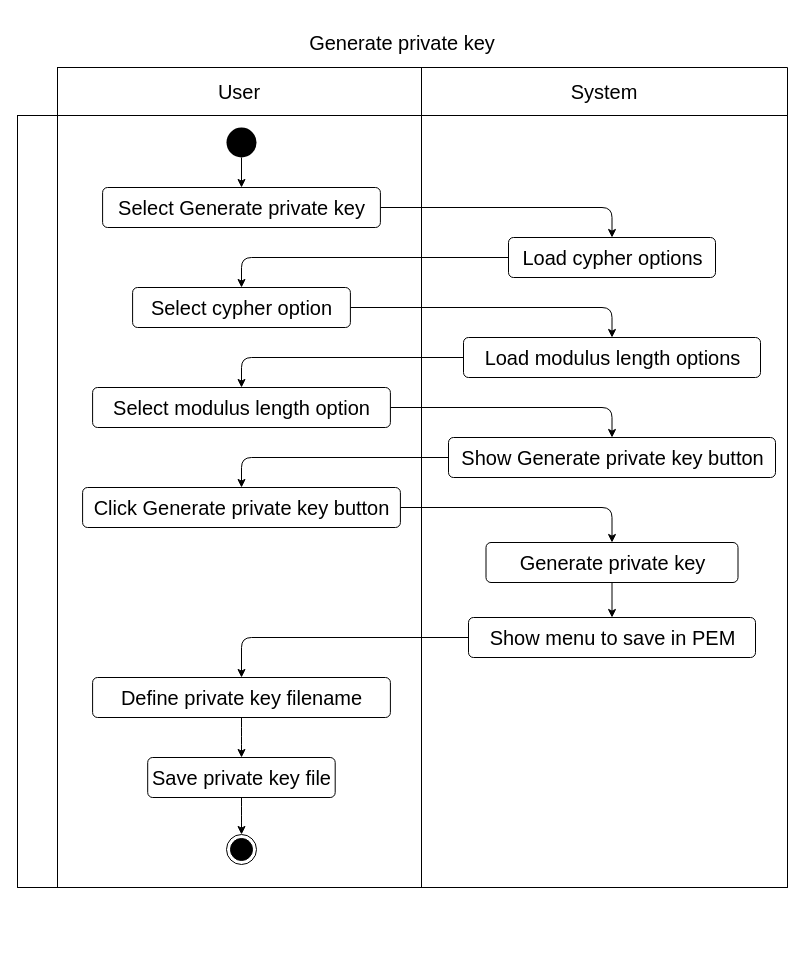
luvitale/inti-digital-signature keeps this draw.io diagram as diagrams/activity/generate-private-key.drawio. Above is the earlier version. Source tidied: cells renumbered, new cells numbered last; positions are measured from the earlier drawing's top-left corner, leaving out a move shared by most shapes. Both pictures are drawn from the tidied source at 100%, with x=0, y=0 at pixel (17, 17).
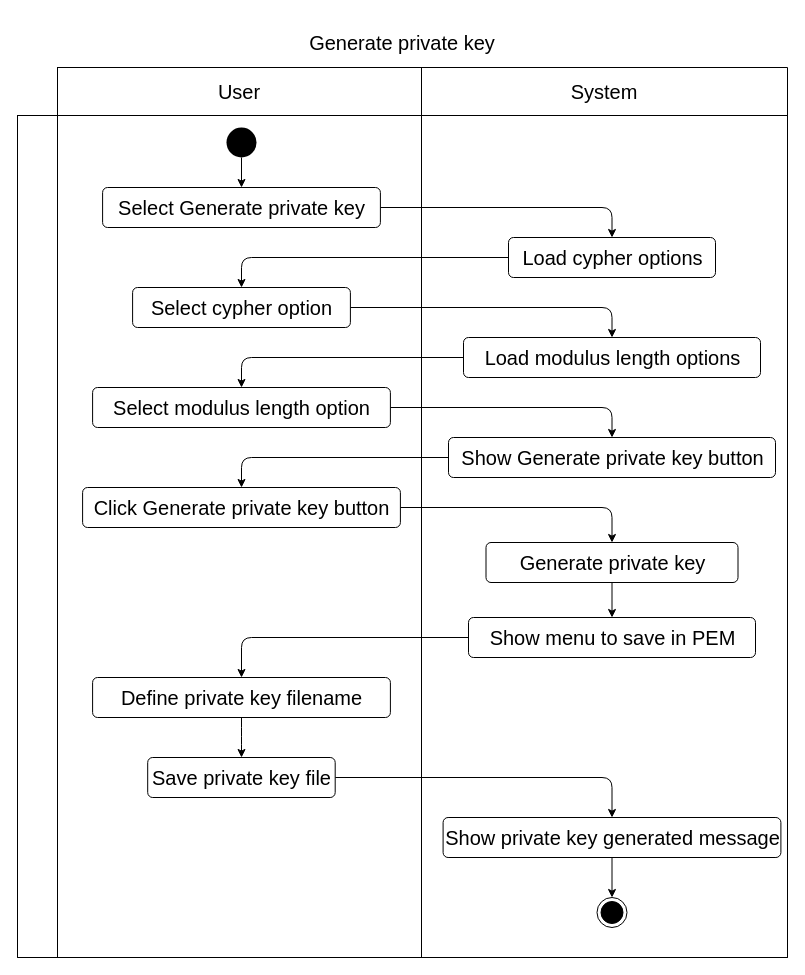
The same page after the edit.

The change refers to these unchanged cells:
```xml
<mxCell id="30" value="Save private key file" style="html=1;align=center;verticalAlign=middle;rounded=1;absoluteArcSize=1;arcSize=10;dashed=0;fontSize=20;" parent="1" vertex="1">
  <mxGeometry x="130.2" y="740" width="187.5" height="40" as="geometry" />
</mxCell>
```

The edit, as a diff of the source:
```diff
@@
     <mxCell id="2" value="Generate private key" style="shape=table;html=1;whiteSpace=wrap;startSize=50;childLayout=tableLayout;fillColor=none;swimlaneFillColor=none;strokeColor=none;fontSize=20;" parent="1" vertex="1">
-      <mxGeometry width="770" height="870" as="geometry" />
+      <mxGeometry width="770" height="940" as="geometry" />
     </mxCell>
@@
     <mxCell id="7" style="shape=partialRectangle;html=1;whiteSpace=wrap;fillColor=none;top=1;left=1;bottom=1;right=1;fontSize=20;" parent="2" vertex="1">
-      <mxGeometry y="98" width="770" height="772" as="geometry" />
+      <mxGeometry y="98" width="770" height="842" as="geometry" />
     </mxCell>
     <mxCell id="8" style="shape=partialRectangle;html=1;whiteSpace=wrap;fillColor=none;top=1;left=1;bottom=1;right=1;overflow=hidden;horizontal=0;fontSize=20;" parent="7" vertex="1">
-      <mxGeometry width="40" height="772" as="geometry" />
+      <mxGeometry width="40" height="842" as="geometry" />
     </mxCell>
     <mxCell id="9" style="shape=partialRectangle;html=1;whiteSpace=wrap;fillColor=none;top=1;left=1;bottom=1;right=1;overflow=hidden;fontSize=20;" parent="7" vertex="1">
-      <mxGeometry x="40" width="364" height="772" as="geometry" />
+      <mxGeometry x="40" width="364" height="842" as="geometry" />
     </mxCell>
     <mxCell id="10" style="shape=partialRectangle;html=1;whiteSpace=wrap;fillColor=none;top=1;left=1;bottom=1;right=1;overflow=hidden;fontSize=20;" parent="7" vertex="1">
-      <mxGeometry x="404" width="366" height="772" as="geometry" />
+      <mxGeometry x="404" width="366" height="842" as="geometry" />
     </mxCell>
@@
-    <mxCell id="29" style="edgeStyle=orthogonalEdgeStyle;html=1;fontSize=20;" parent="1" edge="1" source="30" target="33">
+    <mxCell id="29" style="edgeStyle=orthogonalEdgeStyle;html=1;fontSize=20;" parent="1" edge="1" source="30" target="37">
       <mxGeometry relative="1" as="geometry" />
     </mxCell>
@@
     <mxCell id="33" style="ellipse;html=1;shape=endState;fillColor=#000000;strokeColor=#000000;fontSize=20;" parent="1" vertex="1">
-      <mxGeometry x="209" y="817" width="30" height="30" as="geometry" />
+      <mxGeometry x="579.5" y="880" width="30" height="30" as="geometry" />
     </mxCell>
@@
+    <mxCell id="36" style="edgeStyle=none;html=1;" parent="1" edge="1" source="37" target="33">
+      <mxGeometry relative="1" as="geometry" />
+    </mxCell>
+    <mxCell id="37" value="Show private key generated message" style="html=1;align=center;verticalAlign=middle;rounded=1;absoluteArcSize=1;arcSize=10;dashed=0;fontSize=20;" parent="1" vertex="1">
+      <mxGeometry x="425.6" y="800" width="337.8" height="40" as="geometry" />
+    </mxCell>
```
